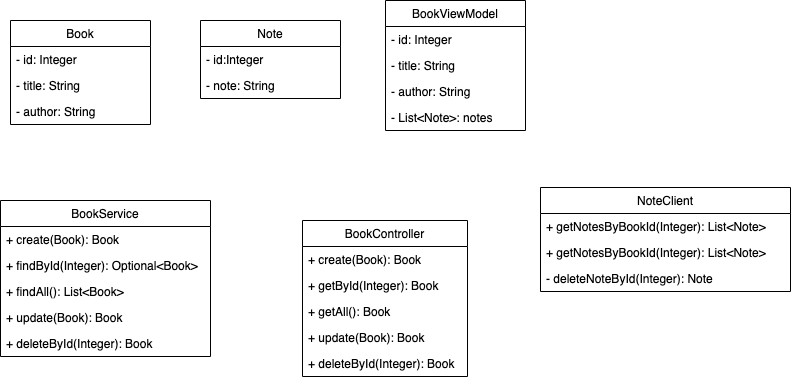
This is book-service-uml.png from Huhspaniel/book-system-project, a draw.io export, as it was before one commit. Source tidied: cells renumbered, new cells last; positions are measured from the earlier drawing's top-left corner, leaving out a move shared by most shapes. The source it was exported from:
```xml
<mxGraphModel>
  <root>
    <mxCell id="0" />
    <mxCell id="1" parent="0" />
    <mxCell id="2" value="Book" style="swimlane;fontStyle=0;horizontal=1;startSize=26;fillColor=none;" parent="1" vertex="1">
      <mxGeometry x="10" y="20" width="140" height="104" as="geometry" />
    </mxCell>
    <mxCell id="3" value="- id: Integer" style="text;strokeColor=none;fillColor=none;align=left;verticalAlign=top;spacingLeft=4;spacingRight=4;overflow=hidden;" parent="2" vertex="1">
      <mxGeometry y="26" width="140" height="26" as="geometry" />
    </mxCell>
    <mxCell id="4" value="- title: String" style="text;strokeColor=none;fillColor=none;align=left;verticalAlign=top;spacingLeft=4;spacingRight=4;overflow=hidden;" parent="2" vertex="1">
      <mxGeometry y="52" width="140" height="26" as="geometry" />
    </mxCell>
    <mxCell id="5" value="- author: String" style="text;strokeColor=none;fillColor=none;align=left;verticalAlign=top;spacingLeft=4;spacingRight=4;overflow=hidden;" parent="2" vertex="1">
      <mxGeometry y="78" width="140" height="26" as="geometry" />
    </mxCell>
    <mxCell id="6" value="BookViewModel" style="swimlane;fontStyle=0;horizontal=1;startSize=26;fillColor=none;" parent="1" vertex="1">
      <mxGeometry x="385" width="140" height="130" as="geometry" />
    </mxCell>
    <mxCell id="7" value="- id: Integer" style="text;strokeColor=none;fillColor=none;align=left;verticalAlign=top;spacingLeft=4;spacingRight=4;overflow=hidden;" parent="6" vertex="1">
      <mxGeometry y="26" width="140" height="26" as="geometry" />
    </mxCell>
    <mxCell id="8" value="- title: String" style="text;strokeColor=none;fillColor=none;align=left;verticalAlign=top;spacingLeft=4;spacingRight=4;overflow=hidden;" parent="6" vertex="1">
      <mxGeometry y="52" width="140" height="26" as="geometry" />
    </mxCell>
    <mxCell id="9" value="- author: String" style="text;strokeColor=none;fillColor=none;align=left;verticalAlign=top;spacingLeft=4;spacingRight=4;overflow=hidden;" parent="6" vertex="1">
      <mxGeometry y="78" width="140" height="26" as="geometry" />
    </mxCell>
    <mxCell id="10" value="- List&lt;Note&gt;: notes" style="text;strokeColor=none;fillColor=none;align=left;verticalAlign=top;spacingLeft=4;spacingRight=4;overflow=hidden;" parent="6" vertex="1">
      <mxGeometry y="104" width="140" height="26" as="geometry" />
    </mxCell>
    <mxCell id="11" value="Note" style="swimlane;fontStyle=0;horizontal=1;startSize=26;fillColor=none;" parent="1" vertex="1">
      <mxGeometry x="200" y="20" width="140" height="78" as="geometry" />
    </mxCell>
    <mxCell id="12" value="- id:Integer" style="text;strokeColor=none;fillColor=none;align=left;verticalAlign=top;spacingLeft=4;spacingRight=4;overflow=hidden;" parent="11" vertex="1">
      <mxGeometry y="26" width="140" height="26" as="geometry" />
    </mxCell>
    <mxCell id="13" value="- note: String" style="text;strokeColor=none;fillColor=none;align=left;verticalAlign=top;spacingLeft=4;spacingRight=4;overflow=hidden;" parent="11" vertex="1">
      <mxGeometry y="52" width="140" height="26" as="geometry" />
    </mxCell>
    <mxCell id="14" value="BookService" style="swimlane;fontStyle=0;horizontal=1;startSize=26;fillColor=none;fontSize=12;" parent="1" vertex="1">
      <mxGeometry y="200" width="210" height="156" as="geometry" />
    </mxCell>
    <mxCell id="15" value="+ create(Book): Book" style="text;strokeColor=none;fillColor=none;align=left;verticalAlign=top;spacingLeft=4;spacingRight=4;overflow=hidden;" parent="14" vertex="1">
      <mxGeometry y="26" width="210" height="26" as="geometry" />
    </mxCell>
    <mxCell id="16" value="+ findById(Integer): Optional&lt;Book&gt;" style="text;strokeColor=none;fillColor=none;align=left;verticalAlign=top;spacingLeft=4;spacingRight=4;overflow=hidden;" parent="14" vertex="1">
      <mxGeometry y="52" width="210" height="26" as="geometry" />
    </mxCell>
    <mxCell id="17" value="+ findAll(): List&lt;Book&gt;" style="text;strokeColor=none;fillColor=none;align=left;verticalAlign=top;spacingLeft=4;spacingRight=4;overflow=hidden;" parent="14" vertex="1">
      <mxGeometry y="78" width="210" height="26" as="geometry" />
    </mxCell>
    <mxCell id="18" value="+ update(Book): Book" style="text;strokeColor=none;fillColor=none;align=left;verticalAlign=top;spacingLeft=4;spacingRight=4;overflow=hidden;" parent="14" vertex="1">
      <mxGeometry y="104" width="210" height="26" as="geometry" />
    </mxCell>
    <mxCell id="19" value="+ deleteById(Integer): Book" style="text;strokeColor=none;fillColor=none;align=left;verticalAlign=top;spacingLeft=4;spacingRight=4;overflow=hidden;" parent="14" vertex="1">
      <mxGeometry y="130" width="210" height="26" as="geometry" />
    </mxCell>
    <mxCell id="20" value="BookController" style="swimlane;fontStyle=0;horizontal=1;startSize=26;fillColor=none;fontSize=12;" parent="1" vertex="1">
      <mxGeometry x="302" y="220" width="165" height="156" as="geometry" />
    </mxCell>
    <mxCell id="21" value="+ create(Book): Book" style="text;strokeColor=none;fillColor=none;align=left;verticalAlign=top;spacingLeft=4;spacingRight=4;overflow=hidden;" parent="20" vertex="1">
      <mxGeometry y="26" width="165" height="26" as="geometry" />
    </mxCell>
    <mxCell id="22" value="+ getById(Integer): Book" style="text;strokeColor=none;fillColor=none;align=left;verticalAlign=top;spacingLeft=4;spacingRight=4;overflow=hidden;" parent="20" vertex="1">
      <mxGeometry y="52" width="165" height="26" as="geometry" />
    </mxCell>
    <mxCell id="23" value="+ getAll(): Book" style="text;strokeColor=none;fillColor=none;align=left;verticalAlign=top;spacingLeft=4;spacingRight=4;overflow=hidden;" parent="20" vertex="1">
      <mxGeometry y="78" width="165" height="26" as="geometry" />
    </mxCell>
    <mxCell id="24" value="+ update(Book): Book" style="text;strokeColor=none;fillColor=none;align=left;verticalAlign=top;spacingLeft=4;spacingRight=4;overflow=hidden;" parent="20" vertex="1">
      <mxGeometry y="104" width="165" height="26" as="geometry" />
    </mxCell>
    <mxCell id="25" value="+ deleteById(Integer): Book" style="text;strokeColor=none;fillColor=none;align=left;verticalAlign=top;spacingLeft=4;spacingRight=4;overflow=hidden;" parent="20" vertex="1">
      <mxGeometry y="130" width="165" height="26" as="geometry" />
    </mxCell>
    <mxCell id="26" value="NoteClient" style="swimlane;fontStyle=0;horizontal=1;startSize=26;fillColor=none;fontSize=12;" parent="1" vertex="1">
      <mxGeometry x="540" y="187" width="250" height="104" as="geometry" />
    </mxCell>
    <mxCell id="27" value="+ getNotesByBookId(Integer): List&lt;Note&gt;" style="text;strokeColor=none;fillColor=none;align=left;verticalAlign=top;spacingLeft=4;spacingRight=4;overflow=hidden;" parent="26" vertex="1">
      <mxGeometry y="26" width="250" height="26" as="geometry" />
    </mxCell>
    <mxCell id="28" value="+ getNotesByBookId(Integer): List&lt;Note&gt;" style="text;strokeColor=none;fillColor=none;align=left;verticalAlign=top;spacingLeft=4;spacingRight=4;overflow=hidden;" parent="26" vertex="1">
      <mxGeometry y="52" width="250" height="26" as="geometry" />
    </mxCell>
    <mxCell id="29" value="- deleteNoteById(Integer): Note" style="text;strokeColor=none;fillColor=none;align=left;verticalAlign=top;spacingLeft=4;spacingRight=4;overflow=hidden;" parent="26" vertex="1">
      <mxGeometry y="78" width="250" height="26" as="geometry" />
    </mxCell>
  </root>
</mxGraphModel>
```
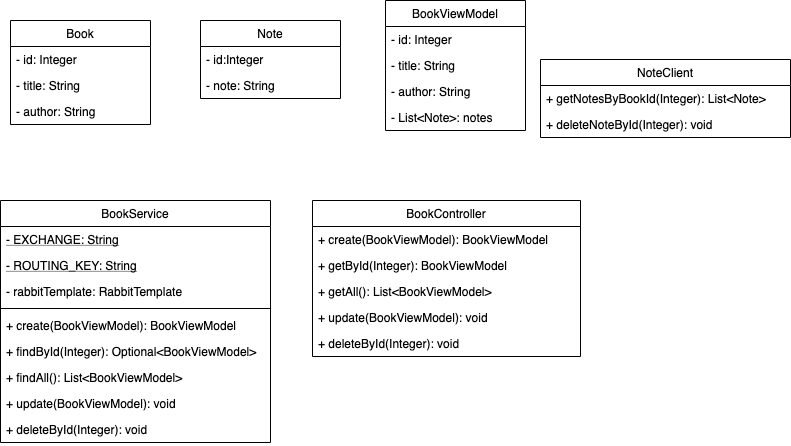
Above is the later version.

Commit message:
Update book-service UML

What changed in the source:
```diff
@@ -39,52 +39,61 @@
       <mxGeometry y="52" width="140" height="26" as="geometry" />
     </mxCell>
     <mxCell id="14" value="BookService" style="swimlane;fontStyle=0;horizontal=1;startSize=26;fillColor=none;fontSize=12;" parent="1" vertex="1">
-      <mxGeometry y="200" width="210" height="156" as="geometry" />
+      <mxGeometry y="200" width="270" height="242" as="geometry" />
     </mxCell>
+    <mxCell id="30" value="- EXCHANGE: String" style="text;strokeColor=none;fillColor=none;align=left;verticalAlign=top;spacingLeft=4;spacingRight=4;overflow=hidden;fontStyle=4;" parent="14" vertex="1">
+      <mxGeometry y="26" width="270" height="26" as="geometry" />
+    </mxCell>
+    <mxCell id="31" value="- ROUTING_KEY: String" style="text;strokeColor=none;fillColor=none;align=left;verticalAlign=top;spacingLeft=4;spacingRight=4;overflow=hidden;fontStyle=4;" parent="14" vertex="1">
+      <mxGeometry y="52" width="270" height="26" as="geometry" />
+    </mxCell>
-    <mxCell id="15" value="+ create(Book): Book" style="text;strokeColor=none;fillColor=none;align=left;verticalAlign=top;spacingLeft=4;spacingRight=4;overflow=hidden;" parent="14" vertex="1">
-      <mxGeometry y="26" width="210" height="26" as="geometry" />
+    <mxCell id="15" value="- rabbitTemplate: RabbitTemplate" style="text;strokeColor=none;fillColor=none;align=left;verticalAlign=top;spacingLeft=4;spacingRight=4;overflow=hidden;" parent="14" vertex="1">
+      <mxGeometry y="78" width="270" height="26" as="geometry" />
     </mxCell>
+    <mxCell id="32" style="line;strokeWidth=1;fillColor=none;align=left;verticalAlign=middle;spacingTop=-1;spacingLeft=3;spacingRight=3;labelPosition=right;" parent="14" vertex="1">
+      <mxGeometry y="104" width="270" height="8" as="geometry" />
+    </mxCell>
+    <mxCell id="33" value="+ create(BookViewModel): BookViewModel" style="text;strokeColor=none;fillColor=none;align=left;verticalAlign=top;spacingLeft=4;spacingRight=4;overflow=hidden;" parent="14" vertex="1">
+      <mxGeometry y="112" width="270" height="26" as="geometry" />
+    </mxCell>
-    <mxCell id="16" value="+ findById(Integer): Optional&lt;Book&gt;" style="text;strokeColor=none;fillColor=none;align=left;verticalAlign=top;spacingLeft=4;spacingRight=4;overflow=hidden;" parent="14" vertex="1">
-      <mxGeometry y="52" width="210" height="26" as="geometry" />
+    <mxCell id="16" value="+ findById(Integer): Optional&lt;BookViewModel&gt;" style="text;strokeColor=none;fillColor=none;align=left;verticalAlign=top;spacingLeft=4;spacingRight=4;overflow=hidden;" parent="14" vertex="1">
+      <mxGeometry y="138" width="270" height="26" as="geometry" />
     </mxCell>
-    <mxCell id="17" value="+ findAll(): List&lt;Book&gt;" style="text;strokeColor=none;fillColor=none;align=left;verticalAlign=top;spacingLeft=4;spacingRight=4;overflow=hidden;" parent="14" vertex="1">
-      <mxGeometry y="78" width="210" height="26" as="geometry" />
+    <mxCell id="17" value="+ findAll(): List&lt;BookViewModel&gt;" style="text;strokeColor=none;fillColor=none;align=left;verticalAlign=top;spacingLeft=4;spacingRight=4;overflow=hidden;" parent="14" vertex="1">
+      <mxGeometry y="164" width="270" height="26" as="geometry" />
     </mxCell>
-    <mxCell id="18" value="+ update(Book): Book" style="text;strokeColor=none;fillColor=none;align=left;verticalAlign=top;spacingLeft=4;spacingRight=4;overflow=hidden;" parent="14" vertex="1">
-      <mxGeometry y="104" width="210" height="26" as="geometry" />
+    <mxCell id="18" value="+ update(BookViewModel): void" style="text;strokeColor=none;fillColor=none;align=left;verticalAlign=top;spacingLeft=4;spacingRight=4;overflow=hidden;" parent="14" vertex="1">
+      <mxGeometry y="190" width="270" height="26" as="geometry" />
     </mxCell>
-    <mxCell id="19" value="+ deleteById(Integer): Book" style="text;strokeColor=none;fillColor=none;align=left;verticalAlign=top;spacingLeft=4;spacingRight=4;overflow=hidden;" parent="14" vertex="1">
-      <mxGeometry y="130" width="210" height="26" as="geometry" />
+    <mxCell id="19" value="+ deleteById(Integer): void" style="text;strokeColor=none;fillColor=none;align=left;verticalAlign=top;spacingLeft=4;spacingRight=4;overflow=hidden;" parent="14" vertex="1">
+      <mxGeometry y="216" width="270" height="26" as="geometry" />
     </mxCell>
     <mxCell id="20" value="BookController" style="swimlane;fontStyle=0;horizontal=1;startSize=26;fillColor=none;fontSize=12;" parent="1" vertex="1">
-      <mxGeometry x="302" y="220" width="165" height="156" as="geometry" />
+      <mxGeometry x="312" y="200" width="268" height="156" as="geometry" />
     </mxCell>
-    <mxCell id="21" value="+ create(Book): Book" style="text;strokeColor=none;fillColor=none;align=left;verticalAlign=top;spacingLeft=4;spacingRight=4;overflow=hidden;" parent="20" vertex="1">
-      <mxGeometry y="26" width="165" height="26" as="geometry" />
+    <mxCell id="21" value="+ create(BookViewModel): BookViewModel" style="text;strokeColor=none;fillColor=none;align=left;verticalAlign=top;spacingLeft=4;spacingRight=4;overflow=hidden;" parent="20" vertex="1">
+      <mxGeometry y="26" width="268" height="26" as="geometry" />
     </mxCell>
-    <mxCell id="22" value="+ getById(Integer): Book" style="text;strokeColor=none;fillColor=none;align=left;verticalAlign=top;spacingLeft=4;spacingRight=4;overflow=hidden;" parent="20" vertex="1">
-      <mxGeometry y="52" width="165" height="26" as="geometry" />
+    <mxCell id="22" value="+ getById(Integer): BookViewModel" style="text;strokeColor=none;fillColor=none;align=left;verticalAlign=top;spacingLeft=4;spacingRight=4;overflow=hidden;" parent="20" vertex="1">
+      <mxGeometry y="52" width="268" height="26" as="geometry" />
     </mxCell>
-    <mxCell id="23" value="+ getAll(): Book" style="text;strokeColor=none;fillColor=none;align=left;verticalAlign=top;spacingLeft=4;spacingRight=4;overflow=hidden;" parent="20" vertex="1">
-      <mxGeometry y="78" width="165" height="26" as="geometry" />
+    <mxCell id="23" value="+ getAll(): List&lt;BookViewModel&gt;" style="text;strokeColor=none;fillColor=none;align=left;verticalAlign=top;spacingLeft=4;spacingRight=4;overflow=hidden;" parent="20" vertex="1">
+      <mxGeometry y="78" width="268" height="26" as="geometry" />
     </mxCell>
-    <mxCell id="24" value="+ update(Book): Book" style="text;strokeColor=none;fillColor=none;align=left;verticalAlign=top;spacingLeft=4;spacingRight=4;overflow=hidden;" parent="20" vertex="1">
-      <mxGeometry y="104" width="165" height="26" as="geometry" />
+    <mxCell id="24" value="+ update(BookViewModel): void" style="text;strokeColor=none;fillColor=none;align=left;verticalAlign=top;spacingLeft=4;spacingRight=4;overflow=hidden;" parent="20" vertex="1">
+      <mxGeometry y="104" width="268" height="26" as="geometry" />
     </mxCell>
-    <mxCell id="25" value="+ deleteById(Integer): Book" style="text;strokeColor=none;fillColor=none;align=left;verticalAlign=top;spacingLeft=4;spacingRight=4;overflow=hidden;" parent="20" vertex="1">
-      <mxGeometry y="130" width="165" height="26" as="geometry" />
+    <mxCell id="25" value="+ deleteById(Integer): void" style="text;strokeColor=none;fillColor=none;align=left;verticalAlign=top;spacingLeft=4;spacingRight=4;overflow=hidden;" parent="20" vertex="1">
+      <mxGeometry y="130" width="268" height="26" as="geometry" />
     </mxCell>
     <mxCell id="26" value="NoteClient" style="swimlane;fontStyle=0;horizontal=1;startSize=26;fillColor=none;fontSize=12;" parent="1" vertex="1">
-      <mxGeometry x="540" y="187" width="250" height="104" as="geometry" />
+      <mxGeometry x="540" y="59" width="250" height="78" as="geometry" />
     </mxCell>
     <mxCell id="27" value="+ getNotesByBookId(Integer): List&lt;Note&gt;" style="text;strokeColor=none;fillColor=none;align=left;verticalAlign=top;spacingLeft=4;spacingRight=4;overflow=hidden;" parent="26" vertex="1">
       <mxGeometry y="26" width="250" height="26" as="geometry" />
     </mxCell>
-    <mxCell id="28" value="+ getNotesByBookId(Integer): List&lt;Note&gt;" style="text;strokeColor=none;fillColor=none;align=left;verticalAlign=top;spacingLeft=4;spacingRight=4;overflow=hidden;" parent="26" vertex="1">
-      <mxGeometry y="52" width="250" height="26" as="geometry" />
-    </mxCell>
-    <mxCell id="29" value="- deleteNoteById(Integer): Note" style="text;strokeColor=none;fillColor=none;align=left;verticalAlign=top;spacingLeft=4;spacingRight=4;overflow=hidden;" parent="26" vertex="1">
-      <mxGeometry y="78" width="250" height="26" as="geometry" />
-    </mxCell>
+    <mxCell id="34" value="+ deleteNoteById(Integer): void" style="text;strokeColor=none;fillColor=none;align=left;verticalAlign=top;spacingLeft=4;spacingRight=4;overflow=hidden;" parent="26" vertex="1">
+      <mxGeometry y="52" width="250" height="26" as="geometry" />
+    </mxCell>
   </root>
 </mxGraphModel>
```
